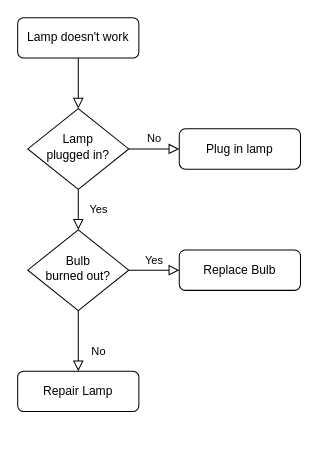
Above: 系统管理员工程变更管理流程图.drawio in Merlin218/draw-file (draw.io), before the change. Source tidied: cells renumbered, new cells numbered last; positions are measured from the earlier drawing's top-left corner, leaving out a move shared by most shapes. Both pictures are drawn from the tidied source at 101%, with x=0, y=0 at pixel (17, 17).
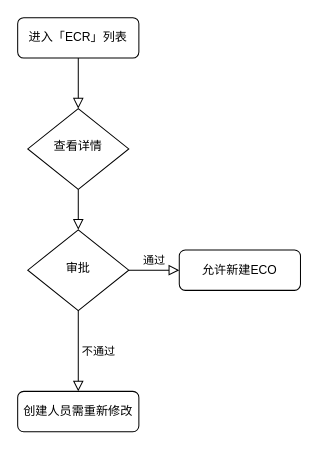
After the change.

Commit message:
更新系统管理员工程变更管理流程图.drawio

The edit, as a diff of the source:
```diff
@@
 <mxGraphModel>
   <root>
     <mxCell id="0" />
     <mxCell id="1" parent="0" />
     <mxCell id="2" style="rounded=0;html=1;jettySize=auto;fontSize=11;endArrow=block;endFill=0;endSize=8;strokeWidth=1;shadow=0;labelBackgroundColor=none;edgeStyle=orthogonalEdgeStyle;" parent="1" edge="1" source="3" target="6">
       <mxGeometry relative="1" as="geometry" />
     </mxCell>
-    <mxCell id="3" value="Lamp doesn't work" style="rounded=1;whiteSpace=wrap;html=1;fontSize=12;glass=0;strokeWidth=1;shadow=0;" parent="1" vertex="1">
+    <mxCell id="3" value="进入「ECR」列表" style="rounded=1;whiteSpace=wrap;html=1;fontSize=12;glass=0;strokeWidth=1;shadow=0;" parent="1" vertex="1">
       <mxGeometry width="120" height="40" as="geometry" />
     </mxCell>
-    <mxCell id="4" value="Yes" style="rounded=0;html=1;jettySize=auto;fontSize=11;endArrow=block;endFill=0;endSize=8;strokeWidth=1;shadow=0;labelBackgroundColor=none;edgeStyle=orthogonalEdgeStyle;" parent="1" edge="1" source="6" target="10">
+    <mxCell id="4" style="rounded=0;html=1;jettySize=auto;fontSize=11;endArrow=block;endFill=0;endSize=8;strokeWidth=1;shadow=0;labelBackgroundColor=none;edgeStyle=orthogonalEdgeStyle;" parent="1" edge="1" source="6" target="10">
       <mxGeometry y="20" relative="1" as="geometry" />
     </mxCell>
-    <mxCell id="5" value="No" style="edgeStyle=orthogonalEdgeStyle;rounded=0;html=1;jettySize=auto;fontSize=11;endArrow=block;endFill=0;endSize=8;strokeWidth=1;shadow=0;labelBackgroundColor=none;" parent="1" edge="1" source="6" target="7">
-      <mxGeometry y="10" relative="1" as="geometry" />
-    </mxCell>
-    <mxCell id="6" value="Lamp&lt;br&gt;plugged in?" style="rhombus;whiteSpace=wrap;html=1;shadow=0;fontFamily=Helvetica;fontSize=12;align=center;strokeWidth=1;spacing=6;spacingTop=-4;" parent="1" vertex="1">
+    <mxCell id="6" value="查看详情" style="rhombus;whiteSpace=wrap;html=1;shadow=0;fontFamily=Helvetica;fontSize=12;align=center;strokeWidth=1;spacing=6;spacingTop=-4;" parent="1" vertex="1">
       <mxGeometry x="10" y="90" width="100" height="80" as="geometry" />
     </mxCell>
-    <mxCell id="7" value="Plug in lamp" style="rounded=1;whiteSpace=wrap;html=1;fontSize=12;glass=0;strokeWidth=1;shadow=0;" parent="1" vertex="1">
-      <mxGeometry x="160" y="110" width="120" height="40" as="geometry" />
-    </mxCell>
-    <mxCell id="8" value="No" style="rounded=0;html=1;jettySize=auto;fontSize=11;endArrow=block;endFill=0;endSize=8;strokeWidth=1;shadow=0;labelBackgroundColor=none;edgeStyle=orthogonalEdgeStyle;" parent="1" edge="1" source="10" target="11">
-      <mxGeometry x="0.33" y="20" relative="1" as="geometry" />
+    <mxCell id="8" value="不通过" style="rounded=0;html=1;jettySize=auto;fontSize=11;endArrow=block;endFill=0;endSize=8;strokeWidth=1;shadow=0;labelBackgroundColor=none;edgeStyle=orthogonalEdgeStyle;" parent="1" edge="1" source="10" target="11">
+      <mxGeometry y="20" relative="1" as="geometry" />
     </mxCell>
-    <mxCell id="9" value="Yes" style="edgeStyle=orthogonalEdgeStyle;rounded=0;html=1;jettySize=auto;fontSize=11;endArrow=block;endFill=0;endSize=8;strokeWidth=1;shadow=0;labelBackgroundColor=none;" parent="1" edge="1" source="10" target="12">
-      <mxGeometry y="10" relative="1" as="geometry" />
+    <mxCell id="9" value="通过" style="edgeStyle=orthogonalEdgeStyle;rounded=0;html=1;jettySize=auto;fontSize=11;endArrow=block;endFill=0;endSize=8;strokeWidth=1;shadow=0;labelBackgroundColor=none;" parent="1" edge="1" source="10" target="12">
+      <mxGeometry x="-0.01" y="10" relative="1" as="geometry" />
     </mxCell>
-    <mxCell id="10" value="Bulb&lt;br&gt;burned out?" style="rhombus;whiteSpace=wrap;html=1;shadow=0;fontFamily=Helvetica;fontSize=12;align=center;strokeWidth=1;spacing=6;spacingTop=-4;" parent="1" vertex="1">
+    <mxCell id="10" value="审批" style="rhombus;whiteSpace=wrap;html=1;shadow=0;fontFamily=Helvetica;fontSize=12;align=center;strokeWidth=1;spacing=6;spacingTop=-4;" parent="1" vertex="1">
       <mxGeometry x="10" y="210" width="100" height="80" as="geometry" />
     </mxCell>
-    <mxCell id="11" value="Repair Lamp" style="rounded=1;whiteSpace=wrap;html=1;fontSize=12;glass=0;strokeWidth=1;shadow=0;" parent="1" vertex="1">
-      <mxGeometry y="350" width="120" height="40" as="geometry" />
+    <mxCell id="11" value="创建人员需重新修改" style="rounded=1;whiteSpace=wrap;html=1;fontSize=12;glass=0;strokeWidth=1;shadow=0;" parent="1" vertex="1">
+      <mxGeometry y="370" width="120" height="40" as="geometry" />
     </mxCell>
-    <mxCell id="12" value="Replace Bulb" style="rounded=1;whiteSpace=wrap;html=1;fontSize=12;glass=0;strokeWidth=1;shadow=0;" parent="1" vertex="1">
+    <mxCell id="12" value="允许新建ECO" style="rounded=1;whiteSpace=wrap;html=1;fontSize=12;glass=0;strokeWidth=1;shadow=0;" parent="1" vertex="1">
       <mxGeometry x="160" y="230" width="120" height="40" as="geometry" />
     </mxCell>
   </root>
 </mxGraphModel>
```
